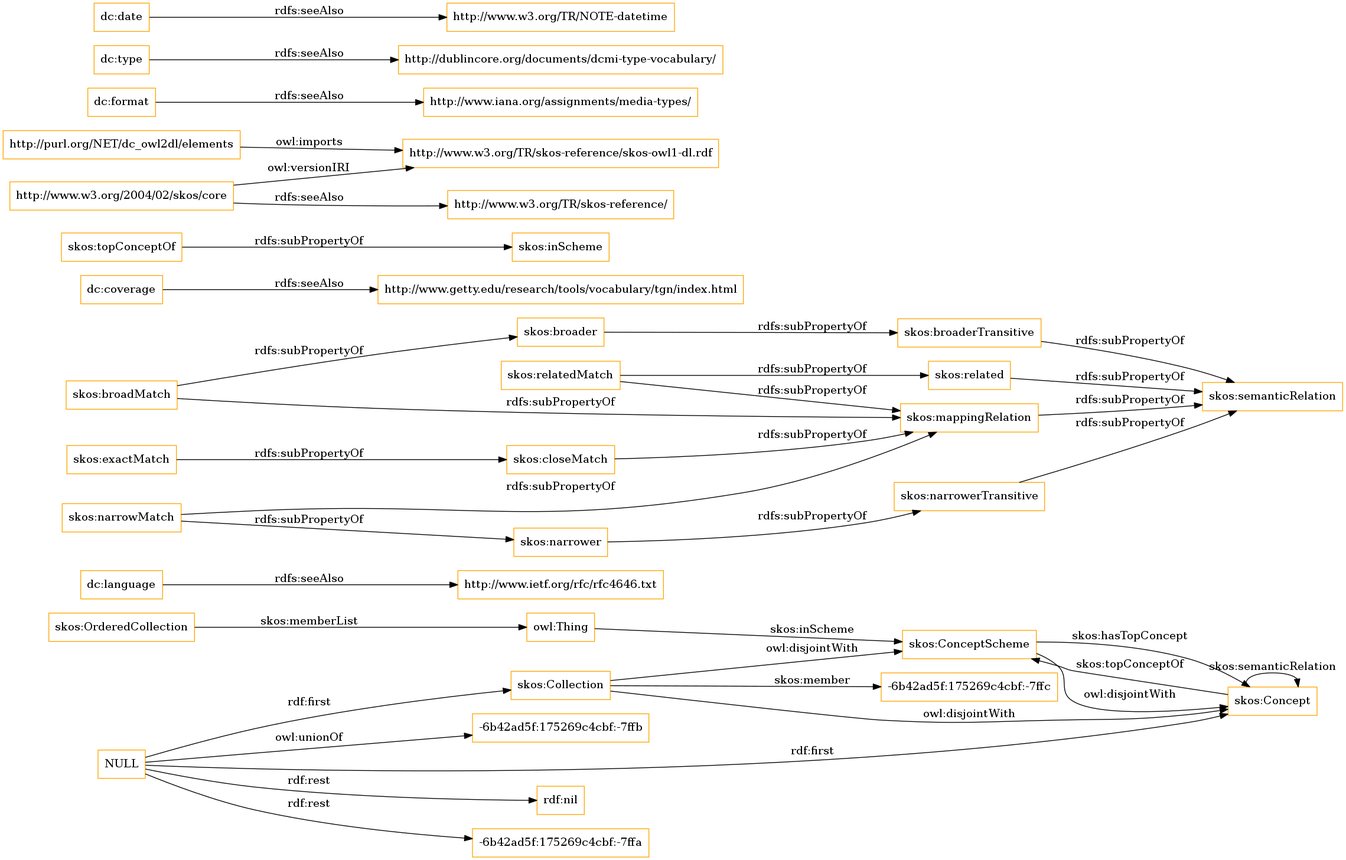
The Graphviz diagram OnToology/imports/elements.owl/diagrams/ar2dtool-class/elements.owl.png in OnToologyUser/core-ontology-1, before a commit. Its source is kept beside it as OnToology/imports/elements.owl/diagrams/ar2dtool-class/elements.owl.png.dot.
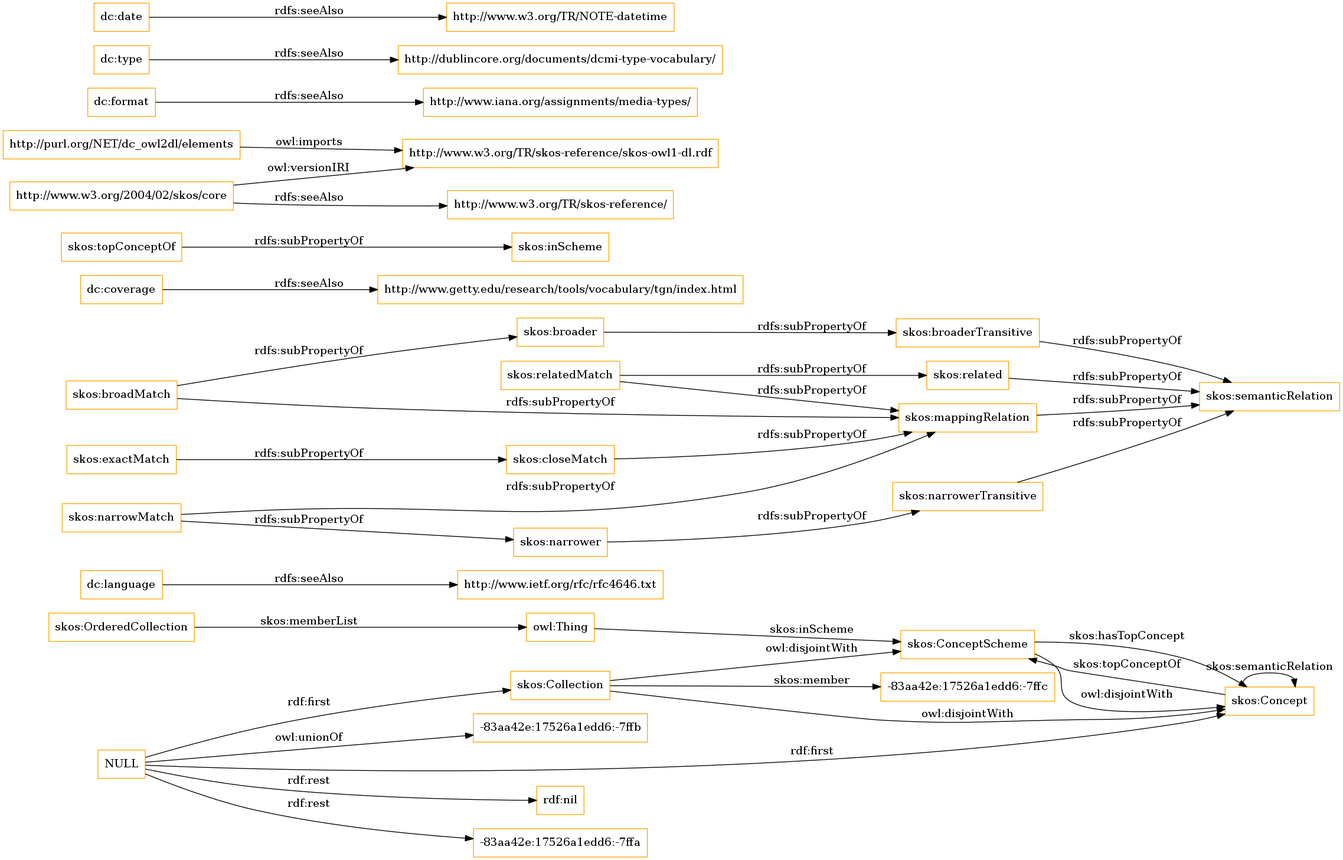
After the commit.

The edit, as a diff of the source:
```diff
@@ -1,13 +1,13 @@
 digraph ar2dtool_diagram {
 rankdir=LR;
 size="1501"
-node [shape = rectangle, color="orange"]; "-6b42ad5f:175269c4cbf:-7ffc" "skos:OrderedCollection" "skos:Collection" "skos:ConceptScheme" "skos:Concept" ; /*classes style*/
+node [shape = rectangle, color="orange"]; "-83aa42e:17526a1edd6:-7ffc" "skos:OrderedCollection" "skos:Collection" "skos:ConceptScheme" "skos:Concept" ; /*classes style*/
 	"dc:language" -> "http://www.ietf.org/rfc/rfc4646.txt" [ label = "rdfs:seeAlso" ];
 	"NULL" -> "rdf:nil" [ label = "rdf:rest" ];
 	"NULL" -> "skos:Collection" [ label = "rdf:first" ];
-	"NULL" -> "-6b42ad5f:175269c4cbf:-7ffa" [ label = "rdf:rest" ];
+	"NULL" -> "-83aa42e:17526a1edd6:-7ffa" [ label = "rdf:rest" ];
 	"NULL" -> "skos:Concept" [ label = "rdf:first" ];
-	"NULL" -> "-6b42ad5f:175269c4cbf:-7ffb" [ label = "owl:unionOf" ];
+	"NULL" -> "-83aa42e:17526a1edd6:-7ffb" [ label = "owl:unionOf" ];
 	"skos:closeMatch" -> "skos:mappingRelation" [ label = "rdfs:subPropertyOf" ];
 	"dc:coverage" -> "http://www.getty.edu/research/tools/vocabulary/tgn/index.html" [ label = "rdfs:seeAlso" ];
 	"skos:relatedMatch" -> "skos:related" [ label = "rdfs:subPropertyOf" ];
@@ -36,7 +36,7 @@
 	"skos:OrderedCollection" -> "owl:Thing" [ label = "skos:memberList" ];
 	"skos:Concept" -> "skos:ConceptScheme" [ label = "skos:topConceptOf" ];
 	"skos:Concept" -> "skos:Concept" [ label = "skos:semanticRelation" ];
-	"skos:Collection" -> "-6b42ad5f:175269c4cbf:-7ffc" [ label = "skos:member" ];
+	"skos:Collection" -> "-83aa42e:17526a1edd6:-7ffc" [ label = "skos:member" ];
 	"skos:ConceptScheme" -> "skos:Concept" [ label = "skos:hasTopConcept" ];
 	"owl:Thing" -> "skos:ConceptScheme" [ label = "skos:inScheme" ];
 
```
